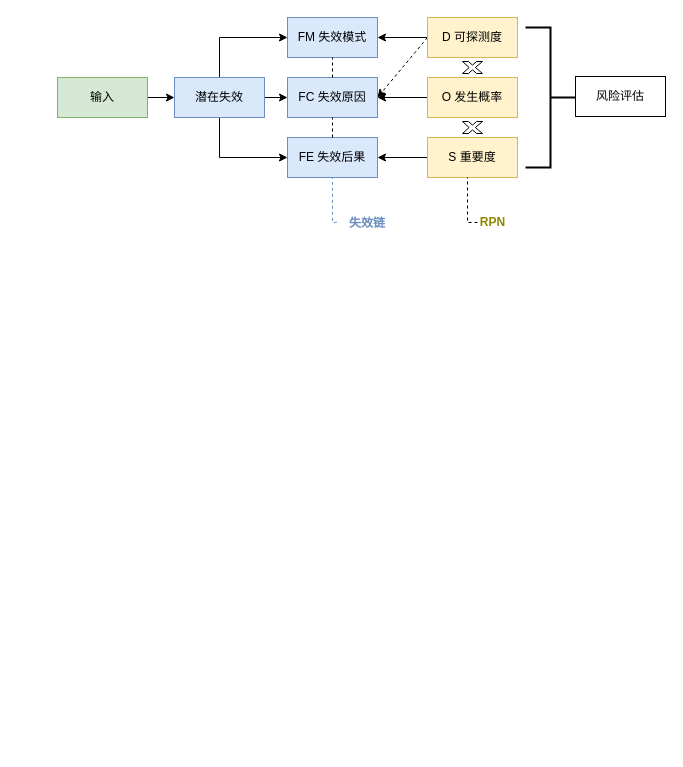
Before: 失效评估模型.drawio in 89ao/rss2cubox, a draw.io diagram. Source tidied: cells renumbered, new cells numbered last; positions are measured from the earlier drawing's top-left corner, leaving out a move shared by most shapes. Both pictures are drawn from the tidied source at 100%, with x=0, y=0 at pixel (57, 17).
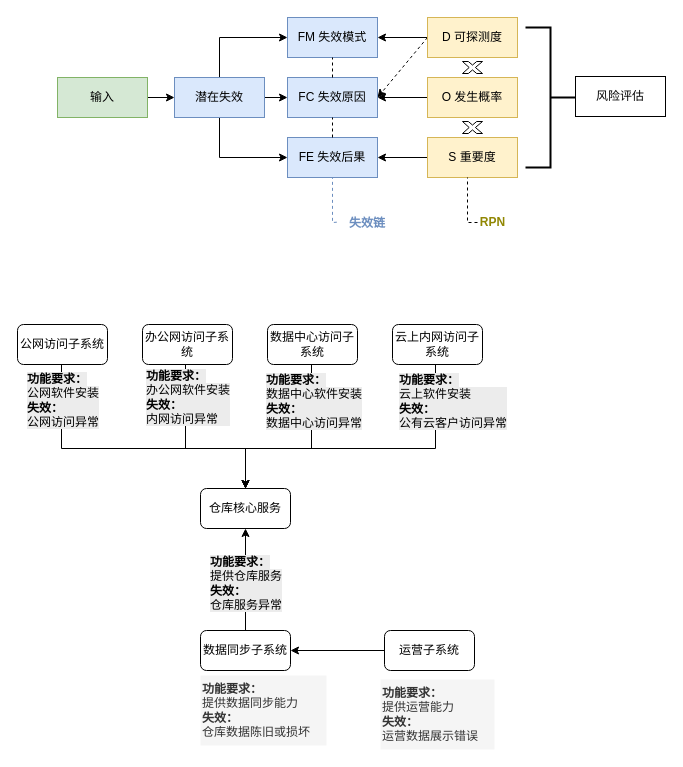
After the change.

Commit message:
更新失效评估模型.drawio

The edit, as a diff of the source:
```diff
@@
+    <mxCell id="28" style="rounded=0;jettySize=auto;html=1;exitX=0.5;exitY=1;exitDx=0;exitDy=0;edgeStyle=orthogonalEdgeStyle;" parent="1" edge="1" source="30" target="40">
+      <mxGeometry relative="1" as="geometry">
+        <Array as="points">
+          <mxPoint x="4" y="347" />
+          <mxPoint x="4" y="431" />
+          <mxPoint x="188" y="431" />
+        </Array>
+      </mxGeometry>
+    </mxCell>
+    <mxCell id="29" value="&lt;b style=&quot;font-size: 12px; background-color: rgb(236, 236, 236);&quot;&gt;功能要求：&lt;/b&gt;&lt;div style=&quot;font-size: 12px; background-color: rgb(236, 236, 236);&quot;&gt;公网软件安装&lt;/div&gt;&lt;div style=&quot;font-size: 12px; background-color: rgb(236, 236, 236);&quot;&gt;&lt;b&gt;失效：&lt;/b&gt;&lt;/div&gt;&lt;div style=&quot;font-size: 12px; background-color: rgb(236, 236, 236);&quot;&gt;公网访问异常&lt;/div&gt;" style="edgeLabel;html=1;align=left;verticalAlign=middle;" parent="28" vertex="1">
+      <mxGeometry x="-0.8" y="4" relative="1" as="geometry">
+        <mxPoint x="-40" y="5" as="offset" />
+      </mxGeometry>
+    </mxCell>
+    <mxCell id="30" value="公网访问子系统" style="rounded=1;whiteSpace=wrap;html=1;glass=0;shadow=0;" parent="1" vertex="1">
+      <mxGeometry x="-40" y="307" width="90" height="40" as="geometry" />
+    </mxCell>
+    <mxCell id="31" style="rounded=0;jettySize=auto;html=1;exitX=0.5;exitY=1;exitDx=0;exitDy=0;entryX=0.5;entryY=0;entryDx=0;entryDy=0;edgeStyle=orthogonalEdgeStyle;" parent="1" edge="1" source="33" target="40">
+      <mxGeometry relative="1" as="geometry">
+        <Array as="points">
+          <mxPoint x="128" y="347" />
+          <mxPoint x="128" y="431" />
+          <mxPoint x="188" y="431" />
+        </Array>
+      </mxGeometry>
+    </mxCell>
+    <mxCell id="32" value="&lt;b style=&quot;font-size: 12px; background-color: rgb(236, 236, 236);&quot;&gt;功能要求：&lt;/b&gt;&lt;div style=&quot;font-size: 12px; background-color: rgb(236, 236, 236);&quot;&gt;办公网软件安装&lt;/div&gt;&lt;div style=&quot;font-size: 12px; background-color: rgb(236, 236, 236);&quot;&gt;&lt;b&gt;失效：&lt;/b&gt;&lt;/div&gt;&lt;div style=&quot;font-size: 12px; background-color: rgb(236, 236, 236);&quot;&gt;内网访问异常&lt;/div&gt;" style="edgeLabel;html=1;align=left;verticalAlign=middle;" parent="31" vertex="1">
+      <mxGeometry x="-0.66" relative="1" as="geometry">
+        <mxPoint x="-41" y="2" as="offset" />
+      </mxGeometry>
+    </mxCell>
+    <mxCell id="33" value="办公网访问子系统" style="rounded=1;whiteSpace=wrap;html=1;glass=0;shadow=0;" parent="1" vertex="1">
+      <mxGeometry x="85" y="307" width="90" height="40" as="geometry" />
+    </mxCell>
+    <mxCell id="34" style="rounded=0;jettySize=auto;html=1;exitX=0.5;exitY=1;exitDx=0;exitDy=0;entryX=0.5;entryY=0;entryDx=0;entryDy=0;edgeStyle=orthogonalEdgeStyle;" parent="1" edge="1" source="36" target="40">
+      <mxGeometry relative="1" as="geometry">
+        <Array as="points">
+          <mxPoint x="254" y="431" />
+          <mxPoint x="188" y="431" />
+        </Array>
+      </mxGeometry>
+    </mxCell>
+    <mxCell id="35" value="&lt;b style=&quot;font-size: 12px; background-color: rgb(236, 236, 236);&quot;&gt;功能要求：&lt;/b&gt;&lt;div style=&quot;font-size: 12px; background-color: rgb(236, 236, 236);&quot;&gt;数据中心软件安装&lt;/div&gt;&lt;div style=&quot;font-size: 12px; background-color: rgb(236, 236, 236);&quot;&gt;&lt;b&gt;失效：&lt;/b&gt;&lt;/div&gt;&lt;div style=&quot;font-size: 12px; background-color: rgb(236, 236, 236);&quot;&gt;数据中心访问异常&lt;/div&gt;" style="edgeLabel;html=1;align=left;verticalAlign=middle;" parent="34" vertex="1">
+      <mxGeometry x="-0.79" y="-3" relative="1" as="geometry">
+        <mxPoint x="-44" y="17" as="offset" />
+      </mxGeometry>
+    </mxCell>
+    <mxCell id="36" value="数据中心访问子系统" style="rounded=1;whiteSpace=wrap;html=1;glass=0;shadow=0;" parent="1" vertex="1">
+      <mxGeometry x="210" y="307" width="90" height="40" as="geometry" />
+    </mxCell>
+    <mxCell id="37" style="rounded=0;jettySize=auto;html=1;exitX=0.5;exitY=1;exitDx=0;exitDy=0;entryX=0.5;entryY=0;entryDx=0;entryDy=0;edgeStyle=orthogonalEdgeStyle;" parent="1" edge="1" source="39" target="40">
+      <mxGeometry relative="1" as="geometry">
+        <Array as="points">
+          <mxPoint x="378" y="431" />
+          <mxPoint x="188" y="431" />
+        </Array>
+      </mxGeometry>
+    </mxCell>
+    <mxCell id="38" value="&lt;b style=&quot;font-size: 12px; background-color: rgb(236, 236, 236);&quot;&gt;功能要求：&lt;/b&gt;&lt;div style=&quot;font-size: 12px; background-color: rgb(236, 236, 236);&quot;&gt;云上软件安装&lt;/div&gt;&lt;div style=&quot;font-size: 12px; background-color: rgb(236, 236, 236);&quot;&gt;&lt;b&gt;失效：&lt;/b&gt;&lt;/div&gt;&lt;div style=&quot;font-size: 12px; background-color: rgb(236, 236, 236);&quot;&gt;公有云客户访问异常&lt;/div&gt;" style="edgeLabel;html=1;align=left;verticalAlign=middle;" parent="37" vertex="1">
+      <mxGeometry x="-0.83" y="3" relative="1" as="geometry">
+        <mxPoint x="-41" y="11" as="offset" />
+      </mxGeometry>
+    </mxCell>
+    <mxCell id="39" value="云上内网访问子系统" style="rounded=1;whiteSpace=wrap;html=1;glass=0;shadow=0;" parent="1" vertex="1">
+      <mxGeometry x="335" y="307" width="90" height="40" as="geometry" />
+    </mxCell>
+    <mxCell id="40" value="仓库核心服务" style="rounded=1;whiteSpace=wrap;html=1;glass=0;shadow=0;" parent="1" vertex="1">
+      <mxGeometry x="143" y="471" width="90" height="40" as="geometry" />
+    </mxCell>
+    <mxCell id="41" style="edgeStyle=orthogonalEdgeStyle;rounded=0;jettySize=auto;html=1;exitX=0.5;exitY=0;exitDx=0;exitDy=0;entryX=0.5;entryY=1;entryDx=0;entryDy=0;" parent="1" edge="1" source="43" target="40">
+      <mxGeometry relative="1" as="geometry" />
+    </mxCell>
+    <mxCell id="42" value="&lt;b style=&quot;font-size: 12px; background-color: rgb(236, 236, 236);&quot;&gt;功能要求：&lt;/b&gt;&lt;div style=&quot;font-size: 12px; background-color: rgb(236, 236, 236);&quot;&gt;提供仓库服务&lt;/div&gt;&lt;div style=&quot;font-size: 12px; background-color: rgb(236, 236, 236);&quot;&gt;&lt;b&gt;失效：&lt;/b&gt;&lt;/div&gt;&lt;div style=&quot;font-size: 12px; background-color: rgb(236, 236, 236);&quot;&gt;仓库服务异常&lt;/div&gt;" style="edgeLabel;html=1;align=left;verticalAlign=middle;" parent="41" vertex="1">
+      <mxGeometry x="0.28" y="-3" relative="1" as="geometry">
+        <mxPoint x="-40" y="17" as="offset" />
+      </mxGeometry>
+    </mxCell>
+    <mxCell id="43" value="数据同步子系统" style="rounded=1;whiteSpace=wrap;html=1;glass=0;shadow=0;" parent="1" vertex="1">
+      <mxGeometry x="143" y="613" width="90" height="40" as="geometry" />
+    </mxCell>
+    <mxCell id="44" style="edgeStyle=orthogonalEdgeStyle;rounded=0;jettySize=auto;html=1;exitX=0;exitY=0.5;exitDx=0;exitDy=0;entryX=1;entryY=0.5;entryDx=0;entryDy=0;" parent="1" edge="1" source="45" target="43">
+      <mxGeometry relative="1" as="geometry" />
+    </mxCell>
+    <mxCell id="45" value="运营子系统" style="rounded=1;whiteSpace=wrap;html=1;glass=0;shadow=0;" parent="1" vertex="1">
+      <mxGeometry x="327" y="613" width="90" height="40" as="geometry" />
+    </mxCell>
+    <mxCell id="46" value="&lt;b&gt;功能要求：&lt;/b&gt;&lt;div&gt;提供数据同步能力&lt;/div&gt;&lt;div&gt;&lt;b&gt;失效：&lt;/b&gt;&lt;/div&gt;&lt;div&gt;仓库数据陈旧或损坏&lt;/div&gt;" style="text;html=1;align=left;verticalAlign=middle;strokeColor=none;fillColor=#f5f5f5;fontColor=#333333;" parent="1" vertex="1">
+      <mxGeometry x="143" y="658" width="126" height="70" as="geometry" />
+    </mxCell>
+    <mxCell id="47" value="&lt;b&gt;功能要求：&lt;/b&gt;&lt;div&gt;提供运营能力&lt;/div&gt;&lt;div&gt;&lt;b&gt;失效：&lt;/b&gt;&lt;/div&gt;&lt;div&gt;运营数据展示错误&lt;/div&gt;" style="text;html=1;align=left;verticalAlign=middle;strokeColor=none;fillColor=#f5f5f5;fontColor=#333333;" parent="1" vertex="1">
+      <mxGeometry x="323" y="662" width="114" height="70" as="geometry" />
+    </mxCell>
```
